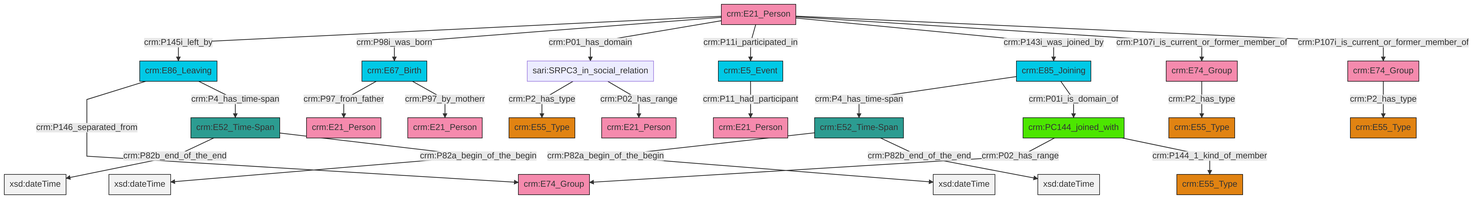
swiss-art-research-net/reference-data-models keeps this Mermaid diagram as et/personCSV/ttl/mmd/png/Person_Actor_Relations.png. Above is the earlier version. Its source is kept beside it as et/personCSV/ttl/mmd/Person_Actor_Relations.ttl.mmd.
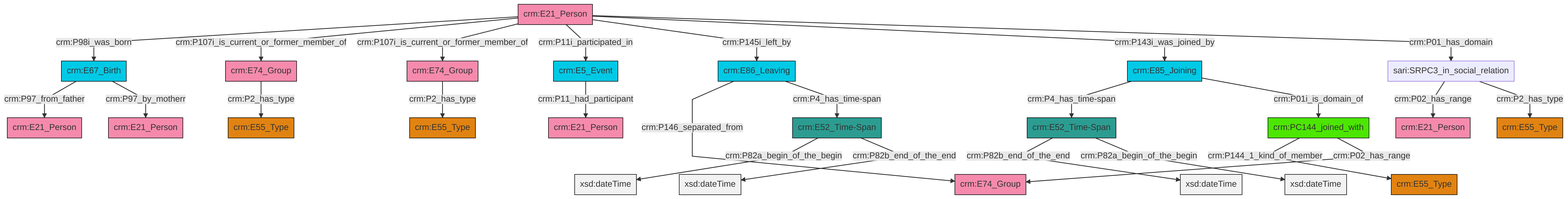
The same diagram one commit later.

What changed in the source:
```diff
@@ -13,27 +13,27 @@
 classDef PC_Classes fill:#4ce600, stroke:#000000;
 classDef Multi fill:#cccccc,stroke:#000000;
 
-0["crm:E5_Event"]:::Temporal_Entity -->|crm:P11_had_participant| 1["crm:E21_Person"]:::Actor
-4["crm:E52_Time-Span"]:::Time-Span -->|crm:P82b_end_of_the_end| 5[xsd:dateTime]:::Literal
-6["crm:E21_Person"]:::Actor -->|crm:P145i_left_by| 7["crm:E86_Leaving"]:::Temporal_Entity
-11["crm:E52_Time-Span"]:::Time-Span -->|crm:P82a_begin_of_the_begin| 12[xsd:dateTime]:::Literal
-6["crm:E21_Person"]:::Actor -->|crm:P98i_was_born| 2["crm:E67_Birth"]:::Temporal_Entity
-6["crm:E21_Person"]:::Actor -->|crm:P01_has_domain| 13["sari:SRPC3_in_social_relation"]:::Default
-7["crm:E86_Leaving"]:::Temporal_Entity -->|crm:P146_separated_from| 17["crm:E74_Group"]:::Actor
-6["crm:E21_Person"]:::Actor -->|crm:P11i_participated_in| 0["crm:E5_Event"]:::Temporal_Entity
-20["crm:E85_Joining"]:::Temporal_Entity -->|crm:P4_has_time-span| 11["crm:E52_Time-Span"]:::Time-Span
-21["crm:E74_Group"]:::Actor -->|crm:P2_has_type| 22["crm:E55_Type"]:::Type
-4["crm:E52_Time-Span"]:::Time-Span -->|crm:P82a_begin_of_the_begin| 28[xsd:dateTime]:::Literal
-2["crm:E67_Birth"]:::Temporal_Entity -->|crm:P97_from_father| 29["crm:E21_Person"]:::Actor
-6["crm:E21_Person"]:::Actor -->|crm:P143i_was_joined_by| 20["crm:E85_Joining"]:::Temporal_Entity
-26["crm:E74_Group"]:::Actor -->|crm:P2_has_type| 24["crm:E55_Type"]:::Type
-6["crm:E21_Person"]:::Actor -->|crm:P107i_is_current_or_former_member_of| 21["crm:E74_Group"]:::Actor
-7["crm:E86_Leaving"]:::Temporal_Entity -->|crm:P4_has_time-span| 4["crm:E52_Time-Span"]:::Time-Span
-13["sari:SRPC3_in_social_relation"]:::Default -->|crm:P2_has_type| 8["crm:E55_Type"]:::Type
-11["crm:E52_Time-Span"]:::Time-Span -->|crm:P82b_end_of_the_end| 34[xsd:dateTime]:::Literal
-6["crm:E21_Person"]:::Actor -->|crm:P107i_is_current_or_former_member_of| 26["crm:E74_Group"]:::Actor
-2["crm:E67_Birth"]:::Temporal_Entity -->|crm:P97_by_motherr| 37["crm:E21_Person"]:::Actor
-18["crm:PC144_joined_with"]:::PC_Classes -->|crm:P02_has_range| 17["crm:E74_Group"]:::Actor
-20["crm:E85_Joining"]:::Temporal_Entity -->|crm:P01i_is_domain_of| 18["crm:PC144_joined_with"]:::PC_Classes
-13["sari:SRPC3_in_social_relation"]:::Default -->|crm:P02_has_range| 43["crm:E21_Person"]:::Actor
-18["crm:PC144_joined_with"]:::PC_Classes -->|crm:P144_1_kind_of_member| 15["crm:E55_Type"]:::Type
+0["crm:E86_Leaving"]:::Temporal_Entity -->|crm:P146_separated_from| 1["crm:E74_Group"]:::Actor
+2["sari:SRPC3_in_social_relation"]:::Default -->|crm:P02_has_range| 3["crm:E21_Person"]:::Actor
+4["crm:E67_Birth"]:::Temporal_Entity -->|crm:P97_from_father| 5["crm:E21_Person"]:::Actor
+6["crm:E74_Group"]:::Actor -->|crm:P2_has_type| 7["crm:E55_Type"]:::Type
+8["crm:E21_Person"]:::Actor -->|crm:P98i_was_born| 4["crm:E67_Birth"]:::Temporal_Entity
+11["crm:E5_Event"]:::Temporal_Entity -->|crm:P11_had_participant| 12["crm:E21_Person"]:::Actor
+15["crm:PC144_joined_with"]:::PC_Classes -->|crm:P144_1_kind_of_member| 16["crm:E55_Type"]:::Type
+0["crm:E86_Leaving"]:::Temporal_Entity -->|crm:P4_has_time-span| 18["crm:E52_Time-Span"]:::Time-Span
+8["crm:E21_Person"]:::Actor -->|crm:P107i_is_current_or_former_member_of| 21["crm:E74_Group"]:::Actor
+8["crm:E21_Person"]:::Actor -->|crm:P107i_is_current_or_former_member_of| 6["crm:E74_Group"]:::Actor
+21["crm:E74_Group"]:::Actor -->|crm:P2_has_type| 13["crm:E55_Type"]:::Type
+8["crm:E21_Person"]:::Actor -->|crm:P11i_participated_in| 11["crm:E5_Event"]:::Temporal_Entity
+8["crm:E21_Person"]:::Actor -->|crm:P145i_left_by| 0["crm:E86_Leaving"]:::Temporal_Entity
+15["crm:PC144_joined_with"]:::PC_Classes -->|crm:P02_has_range| 1["crm:E74_Group"]:::Actor
+23["crm:E52_Time-Span"]:::Time-Span -->|crm:P82b_end_of_the_end| 29[xsd:dateTime]:::Literal
+8["crm:E21_Person"]:::Actor -->|crm:P143i_was_joined_by| 31["crm:E85_Joining"]:::Temporal_Entity
+31["crm:E85_Joining"]:::Temporal_Entity -->|crm:P4_has_time-span| 23["crm:E52_Time-Span"]:::Time-Span
+8["crm:E21_Person"]:::Actor -->|crm:P01_has_domain| 2["sari:SRPC3_in_social_relation"]:::Default
+4["crm:E67_Birth"]:::Temporal_Entity -->|crm:P97_by_motherr| 35["crm:E21_Person"]:::Actor
+2["sari:SRPC3_in_social_relation"]:::Default -->|crm:P2_has_type| 9["crm:E55_Type"]:::Type
+18["crm:E52_Time-Span"]:::Time-Span -->|crm:P82a_begin_of_the_begin| 41[xsd:dateTime]:::Literal
+18["crm:E52_Time-Span"]:::Time-Span -->|crm:P82b_end_of_the_end| 43[xsd:dateTime]:::Literal
+31["crm:E85_Joining"]:::Temporal_Entity -->|crm:P01i_is_domain_of| 15["crm:PC144_joined_with"]:::PC_Classes
+23["crm:E52_Time-Span"]:::Time-Span -->|crm:P82a_begin_of_the_begin| 45[xsd:dateTime]:::Literal
```
